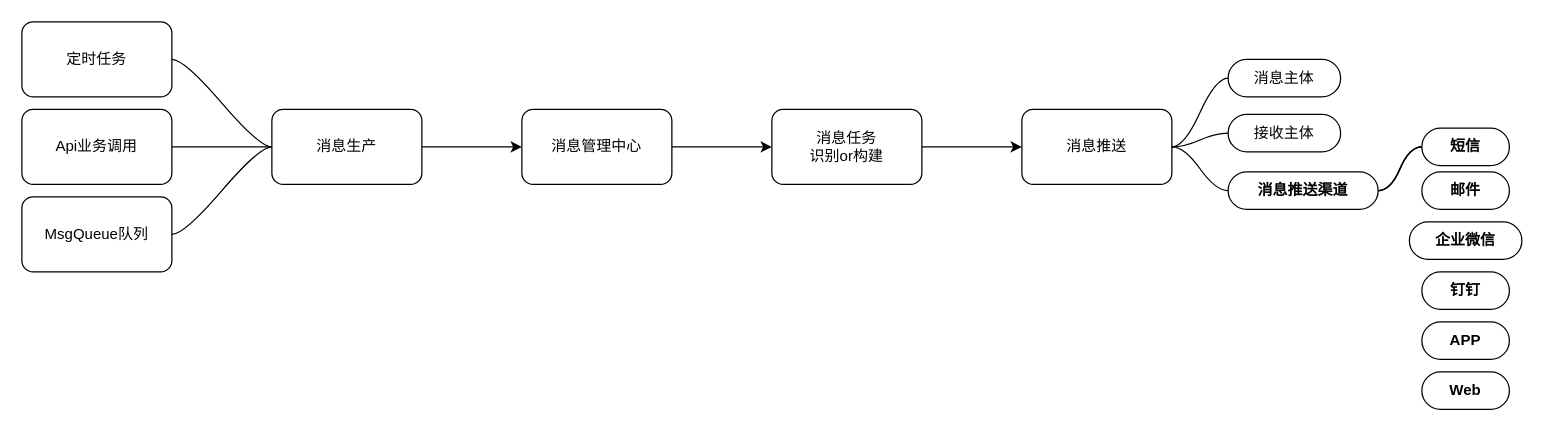
Mark-LoveFootball/mind keeps this draw.io diagram as 星辰消息中心.drawio. Above is the earlier version. Source tidied: cells renumbered, new cells numbered last; positions are measured from the earlier drawing's top-left corner, leaving out a move shared by most shapes. Both pictures are drawn from the tidied source at 125%, with x=0, y=0 at pixel (21, 21).
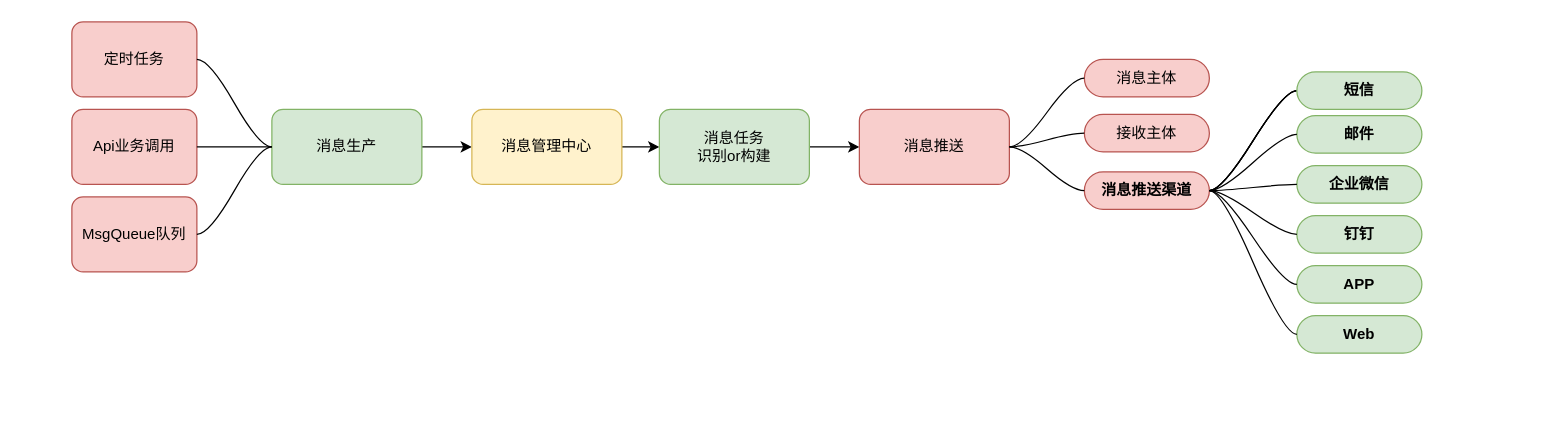
Above is the later version.

Commit message (it also covers changes not shown here):
更新星辰消息中心.drawio

What changed in the source:
```diff
@@
-    <mxCell id="3" value="消息生产" style="rounded=1;whiteSpace=wrap;html=1;" parent="1" vertex="1">
+    <mxCell id="3" value="消息生产" style="rounded=1;whiteSpace=wrap;html=1;fillColor=#d5e8d4;strokeColor=#82b366;" parent="1" vertex="1">
       <mxGeometry x="200" y="70" width="120" height="60" as="geometry" />
     </mxCell>
@@
-    <mxCell id="5" value="消息管理中心" style="whiteSpace=wrap;html=1;rounded=1;" parent="1" vertex="1">
-      <mxGeometry x="400" y="70" width="120" height="60" as="geometry" />
+    <mxCell id="5" value="消息管理中心" style="whiteSpace=wrap;html=1;rounded=1;fillColor=#fff2cc;strokeColor=#d6b656;" parent="1" vertex="1">
+      <mxGeometry x="360" y="70" width="120" height="60" as="geometry" />
     </mxCell>
@@
-    <mxCell id="7" value="消息任务&lt;br&gt;识别or构建" style="whiteSpace=wrap;html=1;rounded=1;" parent="1" vertex="1">
-      <mxGeometry x="600" y="70" width="120" height="60" as="geometry" />
+    <mxCell id="7" value="消息任务&lt;br&gt;识别or构建" style="whiteSpace=wrap;html=1;rounded=1;fillColor=#d5e8d4;strokeColor=#82b366;" parent="1" vertex="1">
+      <mxGeometry x="510" y="70" width="120" height="60" as="geometry" />
     </mxCell>
-    <mxCell id="8" value="消息推送" style="whiteSpace=wrap;html=1;rounded=1;" parent="1" vertex="1">
-      <mxGeometry x="800" y="70" width="120" height="60" as="geometry" />
+    <mxCell id="8" value="消息推送" style="whiteSpace=wrap;html=1;rounded=1;fillColor=#f8cecc;strokeColor=#b85450;" parent="1" vertex="1">
+      <mxGeometry x="670" y="70" width="120" height="60" as="geometry" />
     </mxCell>
-    <mxCell id="9" value="消息主体" style="whiteSpace=wrap;html=1;rounded=1;arcSize=50;align=center;verticalAlign=middle;strokeWidth=1;spacing=4;newEdgeStyle={&quot;edgeStyle&quot;:&quot;entityRelationEdgeStyle&quot;,&quot;startArrow&quot;:&quot;none&quot;,&quot;endArrow&quot;:&quot;none&quot;,&quot;segment&quot;:10,&quot;curved&quot;:1,&quot;sourcePerimeterSpacing&quot;:0,&quot;targetPerimeterSpacing&quot;:0};" parent="1" vertex="1">
-      <mxGeometry x="965" y="30" width="90" height="30" as="geometry" />
+    <mxCell id="9" value="消息主体" style="whiteSpace=wrap;html=1;rounded=1;arcSize=50;align=center;verticalAlign=middle;strokeWidth=1;spacing=4;newEdgeStyle={&quot;edgeStyle&quot;:&quot;entityRelationEdgeStyle&quot;,&quot;startArrow&quot;:&quot;none&quot;,&quot;endArrow&quot;:&quot;none&quot;,&quot;segment&quot;:10,&quot;curved&quot;:1,&quot;sourcePerimeterSpacing&quot;:0,&quot;targetPerimeterSpacing&quot;:0};fillColor=#f8cecc;strokeColor=#b85450;" parent="1" vertex="1">
+      <mxGeometry x="850" y="30" width="100" height="30" as="geometry" />
     </mxCell>
-    <mxCell id="10" style="edgeStyle=entityRelationEdgeStyle;startArrow=none;endArrow=none;segment=10;curved=1;sourcePerimeterSpacing=0;targetPerimeterSpacing=0;rounded=0;" parent="1" edge="1" target="9">
-      <mxGeometry relative="1" as="geometry">
-        <mxPoint x="920" y="100" as="sourcePoint" />
-      </mxGeometry>
+    <mxCell id="10" style="edgeStyle=entityRelationEdgeStyle;startArrow=none;endArrow=none;segment=10;curved=1;sourcePerimeterSpacing=0;targetPerimeterSpacing=0;rounded=0;exitX=1;exitY=0.5;exitDx=0;exitDy=0;" parent="1" edge="1" source="8" target="9">
+      <mxGeometry relative="1" as="geometry" />
     </mxCell>
-    <mxCell id="11" value="接收主体" style="whiteSpace=wrap;html=1;rounded=1;arcSize=50;align=center;verticalAlign=middle;strokeWidth=1;spacing=4;newEdgeStyle={&quot;edgeStyle&quot;:&quot;entityRelationEdgeStyle&quot;,&quot;startArrow&quot;:&quot;none&quot;,&quot;endArrow&quot;:&quot;none&quot;,&quot;segment&quot;:10,&quot;curved&quot;:1,&quot;sourcePerimeterSpacing&quot;:0,&quot;targetPerimeterSpacing&quot;:0};" parent="1" vertex="1">
-      <mxGeometry x="965" y="74" width="90" height="30" as="geometry" />
+    <mxCell id="11" value="接收主体" style="whiteSpace=wrap;html=1;rounded=1;arcSize=50;align=center;verticalAlign=middle;strokeWidth=1;spacing=4;newEdgeStyle={&quot;edgeStyle&quot;:&quot;entityRelationEdgeStyle&quot;,&quot;startArrow&quot;:&quot;none&quot;,&quot;endArrow&quot;:&quot;none&quot;,&quot;segment&quot;:10,&quot;curved&quot;:1,&quot;sourcePerimeterSpacing&quot;:0,&quot;targetPerimeterSpacing&quot;:0};fillColor=#f8cecc;strokeColor=#b85450;" parent="1" vertex="1">
+      <mxGeometry x="850" y="74" width="100" height="30" as="geometry" />
     </mxCell>
@@
-    <mxCell id="15" value="消息推送渠道" style="whiteSpace=wrap;html=1;rounded=1;arcSize=50;align=center;verticalAlign=middle;strokeWidth=1;spacing=4;newEdgeStyle={&quot;edgeStyle&quot;:&quot;entityRelationEdgeStyle&quot;,&quot;startArrow&quot;:&quot;none&quot;,&quot;endArrow&quot;:&quot;none&quot;,&quot;segment&quot;:10,&quot;curved&quot;:1,&quot;sourcePerimeterSpacing&quot;:0,&quot;targetPerimeterSpacing&quot;:0};fontStyle=1;" parent="1" vertex="1">
-      <mxGeometry x="965" y="120" width="120" height="30" as="geometry" />
+    <mxCell id="15" value="消息推送渠道" style="whiteSpace=wrap;html=1;rounded=1;arcSize=50;align=center;verticalAlign=middle;strokeWidth=1;spacing=4;newEdgeStyle={&quot;edgeStyle&quot;:&quot;entityRelationEdgeStyle&quot;,&quot;startArrow&quot;:&quot;none&quot;,&quot;endArrow&quot;:&quot;none&quot;,&quot;segment&quot;:10,&quot;curved&quot;:1,&quot;sourcePerimeterSpacing&quot;:0,&quot;targetPerimeterSpacing&quot;:0};fontStyle=1;fillColor=#f8cecc;strokeColor=#b85450;" parent="1" vertex="1">
+      <mxGeometry x="850" y="120" width="100" height="30" as="geometry" />
     </mxCell>
@@
-    <mxCell id="17" style="edgeStyle=entityRelationEdgeStyle;startArrow=none;endArrow=none;segment=10;curved=1;sourcePerimeterSpacing=0;targetPerimeterSpacing=0;rounded=0;" parent="1" edge="1" target="15">
-      <mxGeometry relative="1" as="geometry">
-        <mxPoint x="920" y="100" as="sourcePoint" />
-      </mxGeometry>
+    <mxCell id="17" style="edgeStyle=entityRelationEdgeStyle;startArrow=none;endArrow=none;segment=10;curved=1;sourcePerimeterSpacing=0;targetPerimeterSpacing=0;rounded=0;exitX=1;exitY=0.5;exitDx=0;exitDy=0;" parent="1" edge="1" source="8" target="15">
+      <mxGeometry relative="1" as="geometry" />
     </mxCell>
-    <mxCell id="18" value="短信" style="whiteSpace=wrap;html=1;rounded=1;arcSize=50;align=center;verticalAlign=middle;strokeWidth=1;spacing=4;newEdgeStyle={&quot;edgeStyle&quot;:&quot;entityRelationEdgeStyle&quot;,&quot;startArrow&quot;:&quot;none&quot;,&quot;endArrow&quot;:&quot;none&quot;,&quot;segment&quot;:10,&quot;curved&quot;:1,&quot;sourcePerimeterSpacing&quot;:0,&quot;targetPerimeterSpacing&quot;:0};fontStyle=1;" parent="1" vertex="1">
-      <mxGeometry x="1120" y="85" width="70" height="30" as="geometry" />
+    <mxCell id="18" value="短信" style="whiteSpace=wrap;html=1;rounded=1;arcSize=50;align=center;verticalAlign=middle;strokeWidth=1;spacing=4;newEdgeStyle={&quot;edgeStyle&quot;:&quot;entityRelationEdgeStyle&quot;,&quot;startArrow&quot;:&quot;none&quot;,&quot;endArrow&quot;:&quot;none&quot;,&quot;segment&quot;:10,&quot;curved&quot;:1,&quot;sourcePerimeterSpacing&quot;:0,&quot;targetPerimeterSpacing&quot;:0};fontStyle=1;fillColor=#d5e8d4;strokeColor=#82b366;" parent="1" vertex="1">
+      <mxGeometry x="1020" y="40" width="100" height="30" as="geometry" />
     </mxCell>
-    <mxCell id="19" value="邮件" style="whiteSpace=wrap;html=1;rounded=1;arcSize=50;align=center;verticalAlign=middle;strokeWidth=1;spacing=4;newEdgeStyle={&quot;edgeStyle&quot;:&quot;entityRelationEdgeStyle&quot;,&quot;startArrow&quot;:&quot;none&quot;,&quot;endArrow&quot;:&quot;none&quot;,&quot;segment&quot;:10,&quot;curved&quot;:1,&quot;sourcePerimeterSpacing&quot;:0,&quot;targetPerimeterSpacing&quot;:0};fontStyle=1;" parent="1" vertex="1">
-      <mxGeometry x="1120" y="120" width="70" height="30" as="geometry" />
+    <mxCell id="19" value="邮件" style="whiteSpace=wrap;html=1;rounded=1;arcSize=50;align=center;verticalAlign=middle;strokeWidth=1;spacing=4;newEdgeStyle={&quot;edgeStyle&quot;:&quot;entityRelationEdgeStyle&quot;,&quot;startArrow&quot;:&quot;none&quot;,&quot;endArrow&quot;:&quot;none&quot;,&quot;segment&quot;:10,&quot;curved&quot;:1,&quot;sourcePerimeterSpacing&quot;:0,&quot;targetPerimeterSpacing&quot;:0};fontStyle=1;fillColor=#d5e8d4;strokeColor=#82b366;" parent="1" vertex="1">
+      <mxGeometry x="1020" y="75" width="100" height="30" as="geometry" />
     </mxCell>
-    <mxCell id="20" value="企业微信" style="whiteSpace=wrap;html=1;rounded=1;arcSize=50;align=center;verticalAlign=middle;strokeWidth=1;spacing=4;newEdgeStyle={&quot;edgeStyle&quot;:&quot;entityRelationEdgeStyle&quot;,&quot;startArrow&quot;:&quot;none&quot;,&quot;endArrow&quot;:&quot;none&quot;,&quot;segment&quot;:10,&quot;curved&quot;:1,&quot;sourcePerimeterSpacing&quot;:0,&quot;targetPerimeterSpacing&quot;:0};fontStyle=1;" parent="1" vertex="1">
-      <mxGeometry x="1110" y="160" width="90" height="30" as="geometry" />
+    <mxCell id="20" value="企业微信" style="whiteSpace=wrap;html=1;rounded=1;arcSize=50;align=center;verticalAlign=middle;strokeWidth=1;spacing=4;newEdgeStyle={&quot;edgeStyle&quot;:&quot;entityRelationEdgeStyle&quot;,&quot;startArrow&quot;:&quot;none&quot;,&quot;endArrow&quot;:&quot;none&quot;,&quot;segment&quot;:10,&quot;curved&quot;:1,&quot;sourcePerimeterSpacing&quot;:0,&quot;targetPerimeterSpacing&quot;:0};fontStyle=1;fillColor=#d5e8d4;strokeColor=#82b366;" parent="1" vertex="1">
+      <mxGeometry x="1020" y="115" width="100" height="30" as="geometry" />
     </mxCell>
-    <mxCell id="21" value="钉钉" style="whiteSpace=wrap;html=1;rounded=1;arcSize=50;align=center;verticalAlign=middle;strokeWidth=1;spacing=4;newEdgeStyle={&quot;edgeStyle&quot;:&quot;entityRelationEdgeStyle&quot;,&quot;startArrow&quot;:&quot;none&quot;,&quot;endArrow&quot;:&quot;none&quot;,&quot;segment&quot;:10,&quot;curved&quot;:1,&quot;sourcePerimeterSpacing&quot;:0,&quot;targetPerimeterSpacing&quot;:0};fontStyle=1;" parent="1" vertex="1">
-      <mxGeometry x="1120" y="200" width="70" height="30" as="geometry" />
+    <mxCell id="21" value="钉钉" style="whiteSpace=wrap;html=1;rounded=1;arcSize=50;align=center;verticalAlign=middle;strokeWidth=1;spacing=4;newEdgeStyle={&quot;edgeStyle&quot;:&quot;entityRelationEdgeStyle&quot;,&quot;startArrow&quot;:&quot;none&quot;,&quot;endArrow&quot;:&quot;none&quot;,&quot;segment&quot;:10,&quot;curved&quot;:1,&quot;sourcePerimeterSpacing&quot;:0,&quot;targetPerimeterSpacing&quot;:0};fontStyle=1;fillColor=#d5e8d4;strokeColor=#82b366;" parent="1" vertex="1">
+      <mxGeometry x="1020" y="155" width="100" height="30" as="geometry" />
     </mxCell>
-    <mxCell id="22" value="APP" style="whiteSpace=wrap;html=1;rounded=1;arcSize=50;align=center;verticalAlign=middle;strokeWidth=1;spacing=4;newEdgeStyle={&quot;edgeStyle&quot;:&quot;entityRelationEdgeStyle&quot;,&quot;startArrow&quot;:&quot;none&quot;,&quot;endArrow&quot;:&quot;none&quot;,&quot;segment&quot;:10,&quot;curved&quot;:1,&quot;sourcePerimeterSpacing&quot;:0,&quot;targetPerimeterSpacing&quot;:0};fontStyle=1;" parent="1" vertex="1">
-      <mxGeometry x="1120" y="240" width="70" height="30" as="geometry" />
+    <mxCell id="22" value="APP" style="whiteSpace=wrap;html=1;rounded=1;arcSize=50;align=center;verticalAlign=middle;strokeWidth=1;spacing=4;newEdgeStyle={&quot;edgeStyle&quot;:&quot;entityRelationEdgeStyle&quot;,&quot;startArrow&quot;:&quot;none&quot;,&quot;endArrow&quot;:&quot;none&quot;,&quot;segment&quot;:10,&quot;curved&quot;:1,&quot;sourcePerimeterSpacing&quot;:0,&quot;targetPerimeterSpacing&quot;:0};fontStyle=1;fillColor=#d5e8d4;strokeColor=#82b366;" parent="1" vertex="1">
+      <mxGeometry x="1020" y="195" width="100" height="30" as="geometry" />
     </mxCell>
-    <mxCell id="23" value="Web" style="whiteSpace=wrap;html=1;rounded=1;arcSize=50;align=center;verticalAlign=middle;strokeWidth=1;spacing=4;newEdgeStyle={&quot;edgeStyle&quot;:&quot;entityRelationEdgeStyle&quot;,&quot;startArrow&quot;:&quot;none&quot;,&quot;endArrow&quot;:&quot;none&quot;,&quot;segment&quot;:10,&quot;curved&quot;:1,&quot;sourcePerimeterSpacing&quot;:0,&quot;targetPerimeterSpacing&quot;:0};fontStyle=1;" parent="1" vertex="1">
-      <mxGeometry x="1120" y="280" width="70" height="30" as="geometry" />
+    <mxCell id="23" value="Web" style="whiteSpace=wrap;html=1;rounded=1;arcSize=50;align=center;verticalAlign=middle;strokeWidth=1;spacing=4;newEdgeStyle={&quot;edgeStyle&quot;:&quot;entityRelationEdgeStyle&quot;,&quot;startArrow&quot;:&quot;none&quot;,&quot;endArrow&quot;:&quot;none&quot;,&quot;segment&quot;:10,&quot;curved&quot;:1,&quot;sourcePerimeterSpacing&quot;:0,&quot;targetPerimeterSpacing&quot;:0};fontStyle=1;fillColor=#d5e8d4;strokeColor=#82b366;" parent="1" vertex="1">
+      <mxGeometry x="1020" y="235" width="100" height="30" as="geometry" />
     </mxCell>
-    <mxCell id="24" value="定时任务" style="rounded=1;whiteSpace=wrap;html=1;" parent="1" vertex="1">
-      <mxGeometry width="120" height="60" as="geometry" />
+    <mxCell id="24" value="定时任务" style="rounded=1;whiteSpace=wrap;html=1;fillColor=#f8cecc;strokeColor=#b85450;" parent="1" vertex="1">
+      <mxGeometry x="40" width="100" height="60" as="geometry" />
     </mxCell>
-    <mxCell id="25" value="Api业务调用" style="rounded=1;whiteSpace=wrap;html=1;" parent="1" vertex="1">
-      <mxGeometry y="70" width="120" height="60" as="geometry" />
+    <mxCell id="25" value="Api业务调用" style="rounded=1;whiteSpace=wrap;html=1;fillColor=#f8cecc;strokeColor=#b85450;" parent="1" vertex="1">
+      <mxGeometry x="40" y="70" width="100" height="60" as="geometry" />
     </mxCell>
-    <mxCell id="26" value="MsgQueue队列" style="rounded=1;whiteSpace=wrap;html=1;" parent="1" vertex="1">
-      <mxGeometry y="140" width="120" height="60" as="geometry" />
+    <mxCell id="26" value="MsgQueue队列" style="rounded=1;whiteSpace=wrap;html=1;fillColor=#f8cecc;strokeColor=#b85450;" parent="1" vertex="1">
+      <mxGeometry x="40" y="140" width="100" height="60" as="geometry" />
     </mxCell>
@@
+    <mxCell id="30" style="edgeStyle=entityRelationEdgeStyle;rounded=0;jettySize=auto;html=1;startArrow=none;endArrow=none;segment=10;curved=1;sourcePerimeterSpacing=0;targetPerimeterSpacing=0;entryX=0;entryY=0.5;entryDx=0;entryDy=0;exitX=1;exitY=0.5;exitDx=0;exitDy=0;" parent="1" edge="1" source="15" target="19">
+      <mxGeometry relative="1" as="geometry" />
+    </mxCell>
+    <mxCell id="31" style="edgeStyle=entityRelationEdgeStyle;rounded=0;jettySize=auto;html=1;startArrow=none;endArrow=none;segment=10;curved=1;sourcePerimeterSpacing=0;targetPerimeterSpacing=0;entryX=0;entryY=0.5;entryDx=0;entryDy=0;exitX=1;exitY=0.5;exitDx=0;exitDy=0;" parent="1" edge="1" source="15" target="20">
+      <mxGeometry relative="1" as="geometry" />
+    </mxCell>
+    <mxCell id="32" style="edgeStyle=entityRelationEdgeStyle;rounded=0;jettySize=auto;html=1;startArrow=none;endArrow=none;segment=10;curved=1;sourcePerimeterSpacing=0;targetPerimeterSpacing=0;entryX=0;entryY=0.5;entryDx=0;entryDy=0;exitX=1;exitY=0.5;exitDx=0;exitDy=0;" parent="1" edge="1" source="15" target="21">
+      <mxGeometry relative="1" as="geometry" />
+    </mxCell>
+    <mxCell id="33" style="edgeStyle=entityRelationEdgeStyle;rounded=0;jettySize=auto;html=1;startArrow=none;endArrow=none;segment=10;curved=1;sourcePerimeterSpacing=0;targetPerimeterSpacing=0;entryX=0;entryY=0.5;entryDx=0;entryDy=0;exitX=1;exitY=0.5;exitDx=0;exitDy=0;" parent="1" edge="1" source="15" target="22">
+      <mxGeometry relative="1" as="geometry" />
+    </mxCell>
+    <mxCell id="34" style="edgeStyle=entityRelationEdgeStyle;rounded=0;jettySize=auto;html=1;startArrow=none;endArrow=none;segment=10;curved=1;sourcePerimeterSpacing=0;targetPerimeterSpacing=0;entryX=0;entryY=0.5;entryDx=0;entryDy=0;exitX=1;exitY=0.5;exitDx=0;exitDy=0;" parent="1" edge="1" source="15" target="23">
+      <mxGeometry relative="1" as="geometry" />
+    </mxCell>
```
